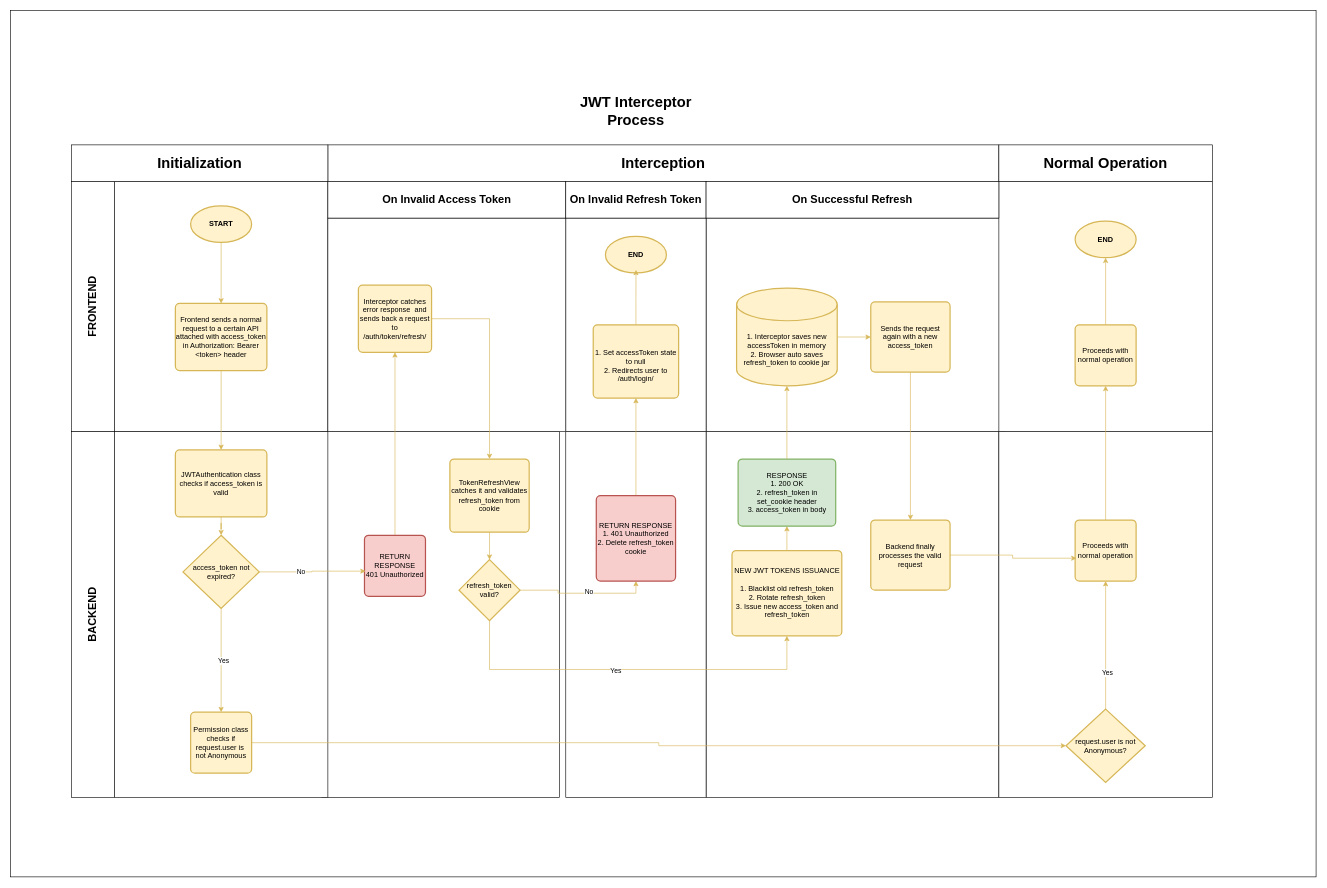
Before: page "auth_jwt-interceptor-process" (4 of 5) of E-Commerce Process Flow.drawio in RHILIUS/drawio, a draw.io diagram. Source tidied: cells renumbered, new cells numbered last; positions are measured from the earlier drawing's top-left corner, leaving out a move shared by most shapes. Both pictures are drawn from the tidied source at 61%, with x=0, y=0 at pixel (10, 10).
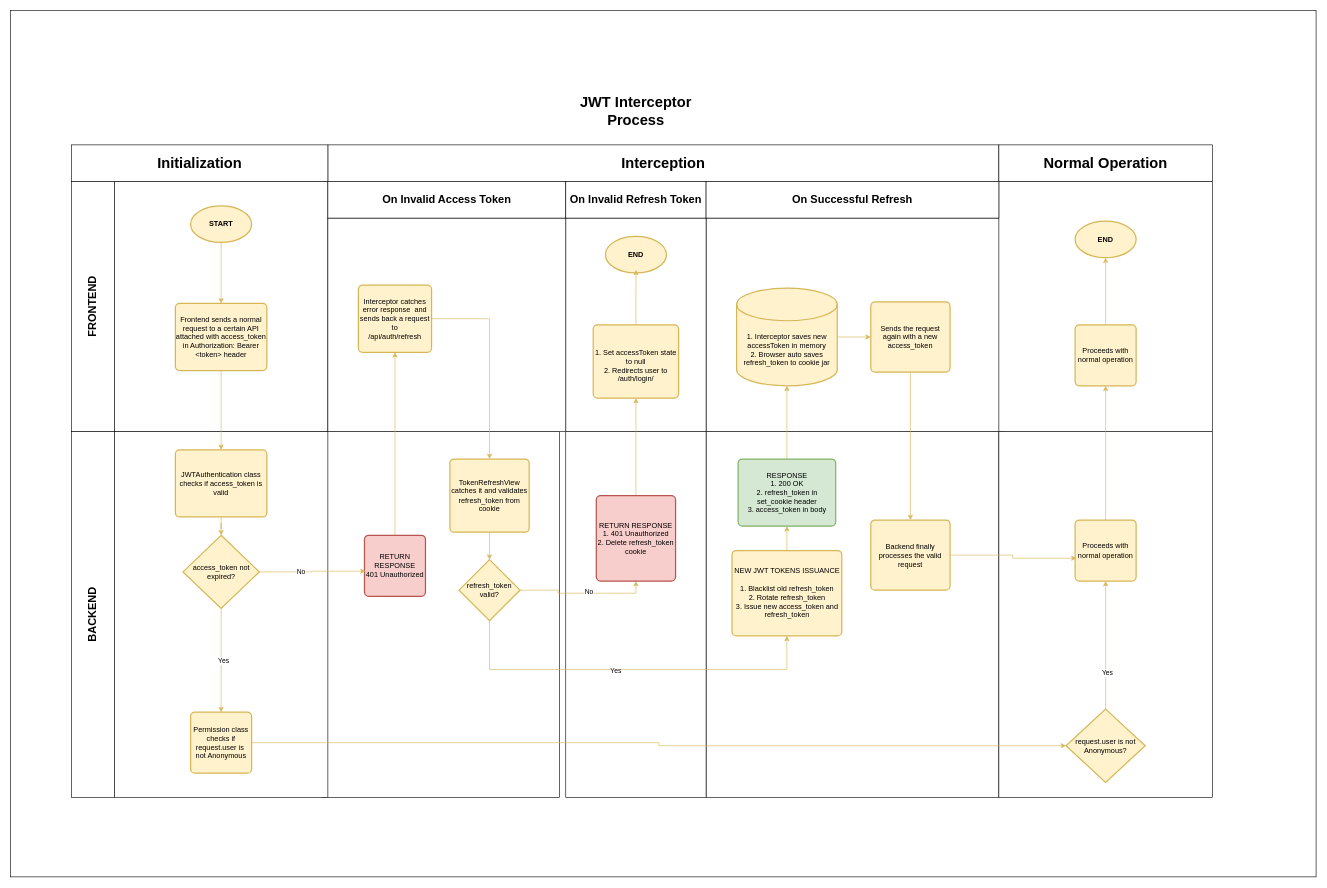
The same diagram, later.

Commit message:
feat: add Refresh on-mount process

Change to the diagram source:
```diff
@@
-    <mxCell id="40" value="Interceptor catches error response&amp;nbsp; and sends back a request to&lt;br&gt;/auth/token/refresh/" style="rounded=1;whiteSpace=wrap;html=1;absoluteArcSize=1;arcSize=14;strokeWidth=2;fillColor=#fff2cc;strokeColor=#d6b656;" parent="1" vertex="1">
+    <mxCell id="40" value="Interceptor catches error response&amp;nbsp; and sends back a request to&lt;br&gt;/api/auth/refresh" style="rounded=1;whiteSpace=wrap;html=1;absoluteArcSize=1;arcSize=14;strokeWidth=2;fillColor=#fff2cc;strokeColor=#d6b656;" parent="1" vertex="1">
       <mxGeometry x="570" y="450" width="120" height="110" as="geometry" />
     </mxCell>
```
